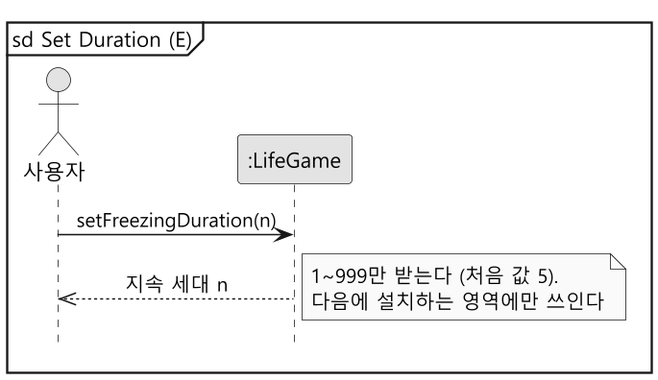
Before: docs/freezing/diagram/ssd-set-duration.png, a diagram exported from PlantUML (mckimR1972/DP_team_project).
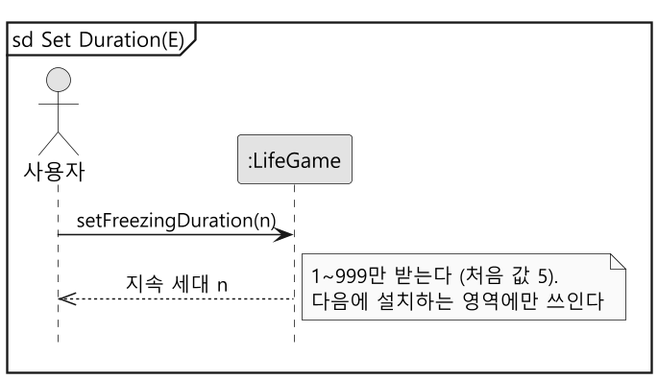
After the commit.

Change to the diagram source:
```diff
@@ -5,7 +5,7 @@
 skinparam defaultFontName "Malgun Gothic"
 skinparam sequenceMessageAlign center
 hide footbox
-mainframe sd Set Duration (E)
+mainframe sd Set Duration(E)
 
 actor "사용자" as User
 participant ":LifeGame" as System
```
